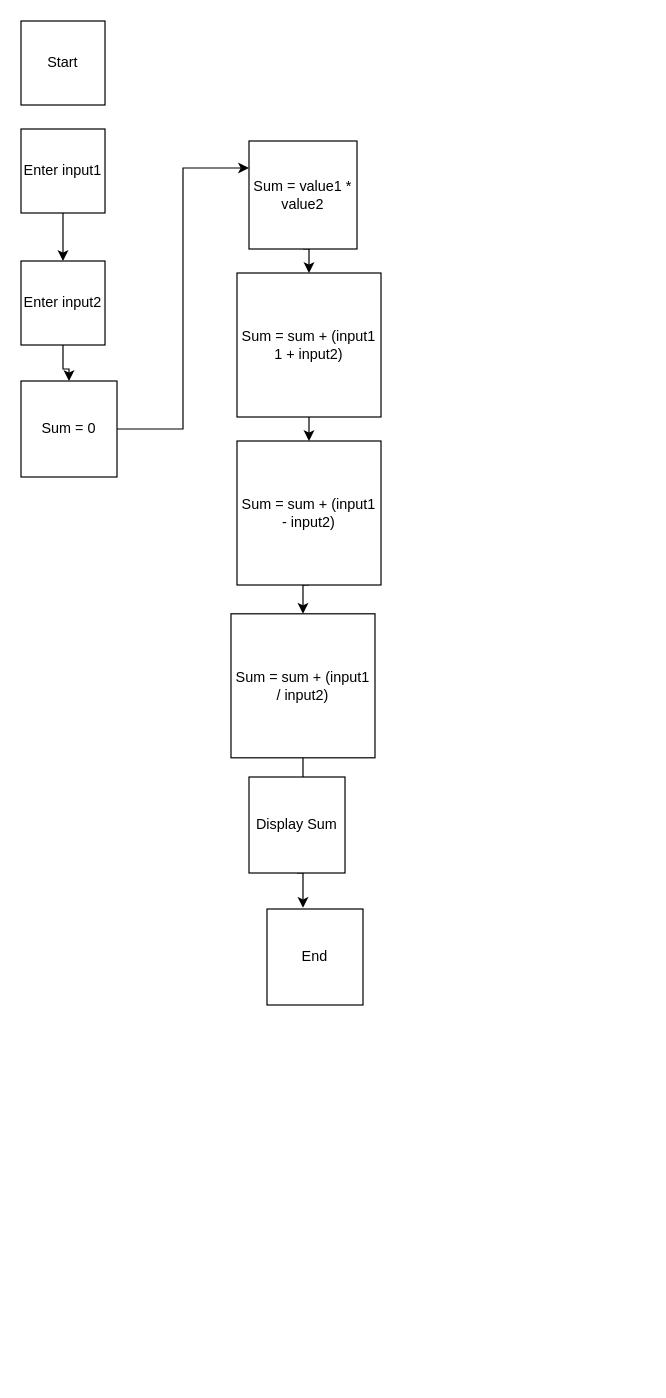
Before: StephDiagram.drawio in 1060384/Cyber_IntroProg_Group2, a draw.io diagram. Source tidied: cells renumbered, new cells numbered last; positions are measured from the earlier drawing's top-left corner, leaving out a move shared by most shapes. Both pictures are drawn from the tidied source at 120%, with x=0, y=0 at pixel (20, 20).
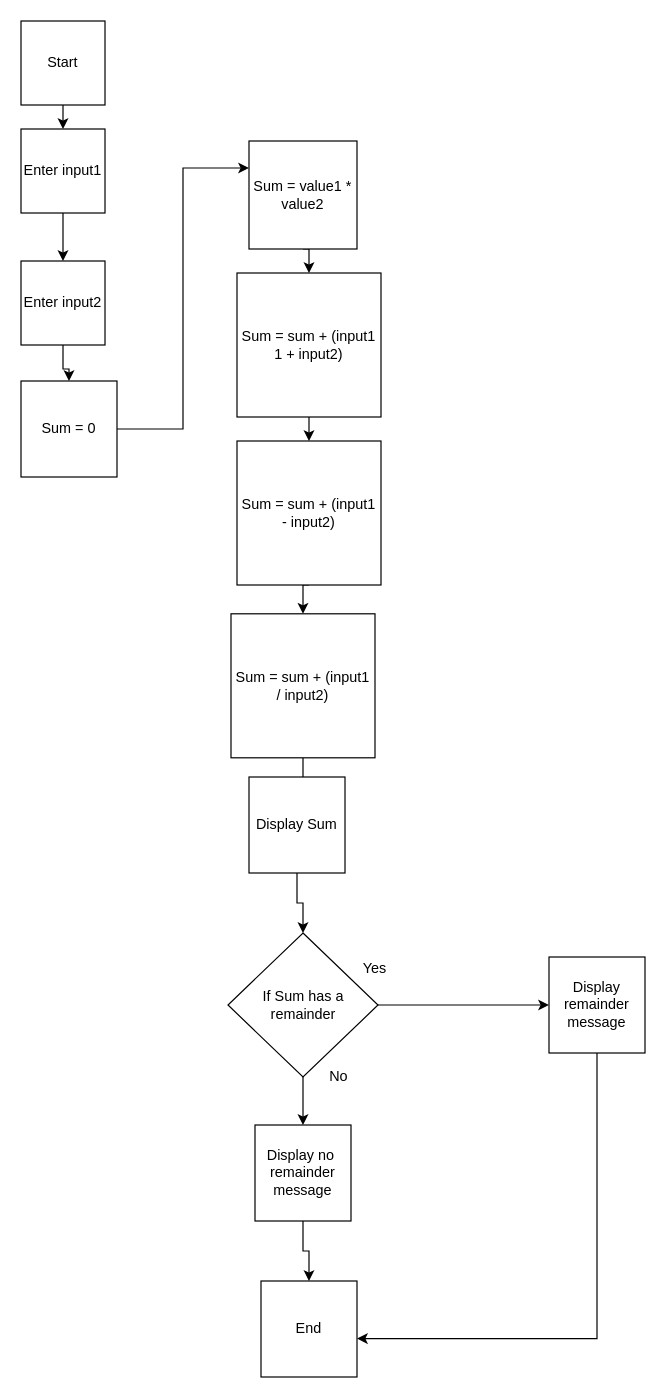
The same diagram, later.

The change refers to these unchanged cells:
```xml
<mxCell id="3" value="Enter input1&lt;br&gt;" style="whiteSpace=wrap;html=1;" parent="1" vertex="1">
  <mxGeometry y="90" width="70" height="70" as="geometry" />
</mxCell>
<mxCell id="4" value="Start&lt;br&gt;" style="whiteSpace=wrap;html=1;" parent="1" vertex="1">
  <mxGeometry width="70" height="70" as="geometry" />
</mxCell>
<mxCell id="18" value="Display Sum&lt;br&gt;" style="whiteSpace=wrap;html=1;" parent="1" vertex="1">
  <mxGeometry x="190" y="630" width="80" height="80" as="geometry" />
</mxCell>
```

The edit, as a diff of the source:
```diff
@@
+    <mxCell id="20" style="edgeStyle=orthogonalEdgeStyle;rounded=0;jettySize=auto;html=1;exitX=0.5;exitY=1;exitDx=0;exitDy=0;entryX=0.5;entryY=0;entryDx=0;entryDy=0;" parent="1" edge="1" source="4" target="3">
+      <mxGeometry relative="1" as="geometry" />
+    </mxCell>
@@
-    <mxCell id="17" style="edgeStyle=orthogonalEdgeStyle;rounded=0;jettySize=auto;html=1;exitX=0.5;exitY=1;exitDx=0;exitDy=0;entryX=0.375;entryY=-0.012;entryDx=0;entryDy=0;entryPerimeter=0;" parent="1" edge="1" source="18" target="19">
-      <mxGeometry relative="1" as="geometry" />
-    </mxCell>
+    <mxCell id="21" style="edgeStyle=orthogonalEdgeStyle;rounded=0;jettySize=auto;html=1;exitX=0.5;exitY=1;exitDx=0;exitDy=0;" parent="1" edge="1" source="18" target="24">
+      <mxGeometry relative="1" as="geometry" />
+    </mxCell>
@@
     <mxCell id="19" value="End&lt;br&gt;" style="whiteSpace=wrap;html=1;" parent="1" vertex="1">
-      <mxGeometry x="205" y="740" width="80" height="80" as="geometry" />
+      <mxGeometry x="200" y="1050" width="80" height="80" as="geometry" />
     </mxCell>
+    <mxCell id="22" style="edgeStyle=orthogonalEdgeStyle;rounded=0;jettySize=auto;html=1;exitX=1;exitY=0.5;exitDx=0;exitDy=0;entryX=0;entryY=0.5;entryDx=0;entryDy=0;" parent="1" edge="1" source="24" target="27">
+      <mxGeometry relative="1" as="geometry" />
+    </mxCell>
+    <mxCell id="23" style="edgeStyle=orthogonalEdgeStyle;rounded=0;jettySize=auto;html=1;exitX=0.5;exitY=1;exitDx=0;exitDy=0;entryX=0.5;entryY=0;entryDx=0;entryDy=0;" parent="1" edge="1" source="24" target="30">
+      <mxGeometry relative="1" as="geometry" />
+    </mxCell>
+    <mxCell id="24" value="If Sum has a remainder" style="rhombus;whiteSpace=wrap;html=1;" parent="1" vertex="1">
+      <mxGeometry x="172.5" y="760" width="125" height="120" as="geometry" />
+    </mxCell>
+    <mxCell id="25" value="Yes&lt;br&gt;" style="text;html=1;strokeColor=none;fillColor=none;align=center;verticalAlign=middle;whiteSpace=wrap;rounded=0;" parent="1" vertex="1">
+      <mxGeometry x="275" y="780" width="40" height="20" as="geometry" />
+    </mxCell>
+    <mxCell id="26" style="edgeStyle=orthogonalEdgeStyle;rounded=0;jettySize=auto;html=1;exitX=0.5;exitY=1;exitDx=0;exitDy=0;entryX=1;entryY=0.6;entryDx=0;entryDy=0;entryPerimeter=0;" parent="1" edge="1" source="27" target="19">
+      <mxGeometry relative="1" as="geometry" />
+    </mxCell>
+    <mxCell id="27" value="Display remainder message&lt;br&gt;" style="whiteSpace=wrap;html=1;" parent="1" vertex="1">
+      <mxGeometry x="440" y="780" width="80" height="80" as="geometry" />
+    </mxCell>
+    <mxCell id="28" value="No&lt;br&gt;" style="text;html=1;strokeColor=none;fillColor=none;align=center;verticalAlign=middle;whiteSpace=wrap;rounded=0;" parent="1" vertex="1">
+      <mxGeometry x="245" y="870" width="40" height="20" as="geometry" />
+    </mxCell>
+    <mxCell id="29" style="edgeStyle=orthogonalEdgeStyle;rounded=0;jettySize=auto;html=1;exitX=0.5;exitY=1;exitDx=0;exitDy=0;entryX=0.5;entryY=0;entryDx=0;entryDy=0;" parent="1" edge="1" source="30" target="19">
+      <mxGeometry relative="1" as="geometry" />
+    </mxCell>
+    <mxCell id="30" value="Display no&amp;nbsp; remainder message&lt;br&gt;" style="whiteSpace=wrap;html=1;" parent="1" vertex="1">
+      <mxGeometry x="195" y="920" width="80" height="80" as="geometry" />
+    </mxCell>
```
